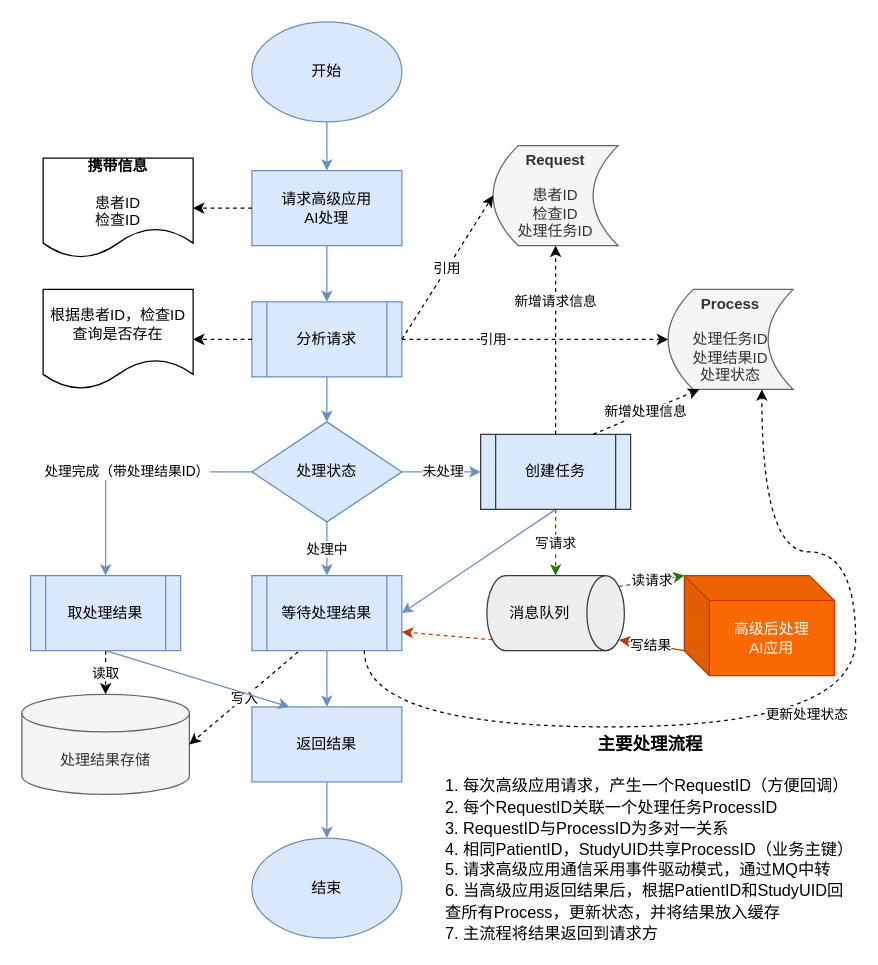
Before: uih/Integrator-查询分析器.drawio in xzs603/draw.io, a draw.io diagram. Source tidied: cells renumbered, new cells numbered last; positions are measured from the earlier drawing's top-left corner, leaving out a move shared by most shapes. Both pictures are drawn from the tidied source at 125%, with x=0, y=0 at pixel (21, 21).
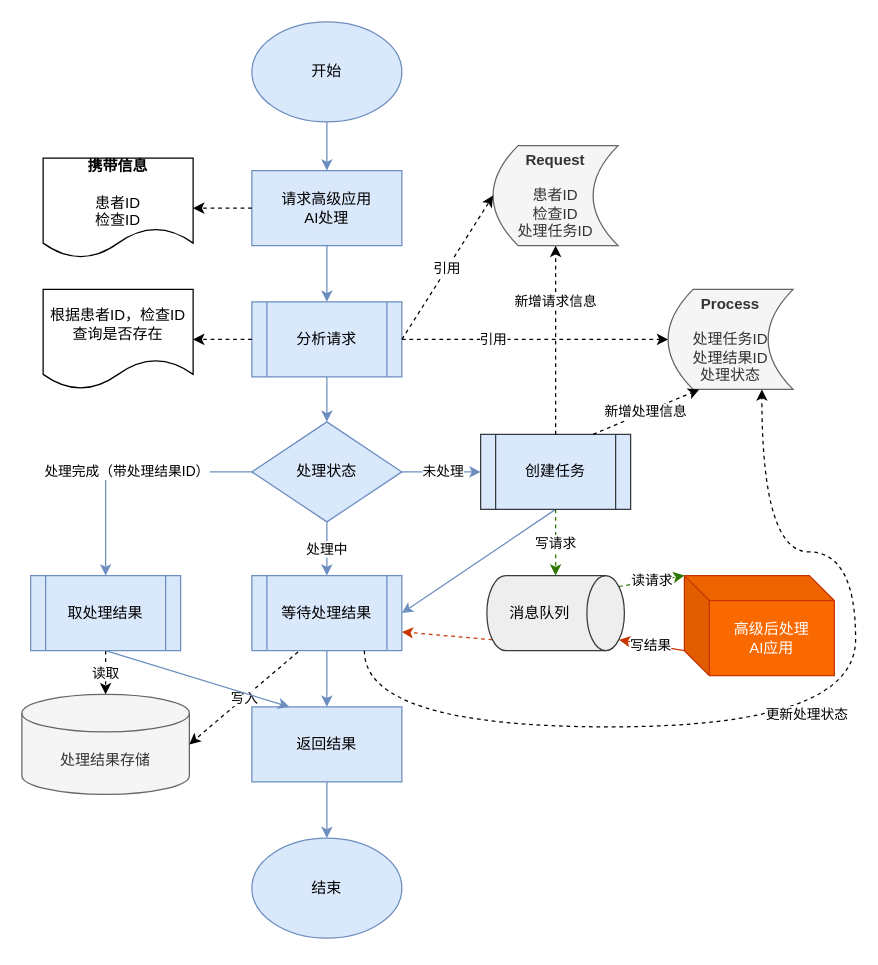
After the change.

Commit message (it also covers changes not shown here):
integrator-查询分析器

What changed in the source:
```diff
@@
-    <mxCell id="41" value="&lt;div style=&quot;text-align: center ; font-size: 14px&quot;&gt;&lt;span&gt;&lt;b&gt;&lt;font style=&quot;font-size: 14px&quot;&gt;主要处理流程&lt;/font&gt;&lt;/b&gt;&lt;/span&gt;&lt;/div&gt;&lt;font style=&quot;font-size: 14px&quot;&gt;&lt;div style=&quot;text-align: center&quot;&gt;&lt;br&gt;&lt;/div&gt;&lt;span style=&quot;font-size: 13px&quot;&gt;1. 每次高级应用请求，产生一个RequestID（方便回调）&lt;/span&gt;&lt;br&gt;&lt;span style=&quot;font-size: 13px&quot;&gt;2. 每个RequestID关联一个处理任务ProcessID&lt;/span&gt;&lt;br&gt;&lt;span style=&quot;font-size: 13px&quot;&gt;3. RequestID与ProcessID为多对一关系&lt;/span&gt;&lt;br&gt;&lt;span style=&quot;font-size: 13px&quot;&gt;4. 相同PatientID，StudyUID共享ProcessID（业务主键）&lt;/span&gt;&lt;br&gt;&lt;span style=&quot;font-size: 13px&quot;&gt;5. 请求高级应用通信采用事件驱动模式，通过MQ中转&lt;/span&gt;&lt;br&gt;&lt;span style=&quot;font-size: 13px&quot;&gt;6. 当高级应用返回结果后，根据PatientID和StudyUID回查所有Process，更新状态，并将结果放入缓存&lt;br&gt;7. 主流程将结果返回到请求方&lt;br&gt;&lt;/span&gt;&lt;/font&gt;" style="text;html=1;strokeColor=none;fillColor=none;align=left;verticalAlign=middle;whiteSpace=wrap;rounded=0;" parent="1" vertex="1">
-      <mxGeometry x="337" y="575" width="330" height="156" as="geometry" />
-    </mxCell>
```
